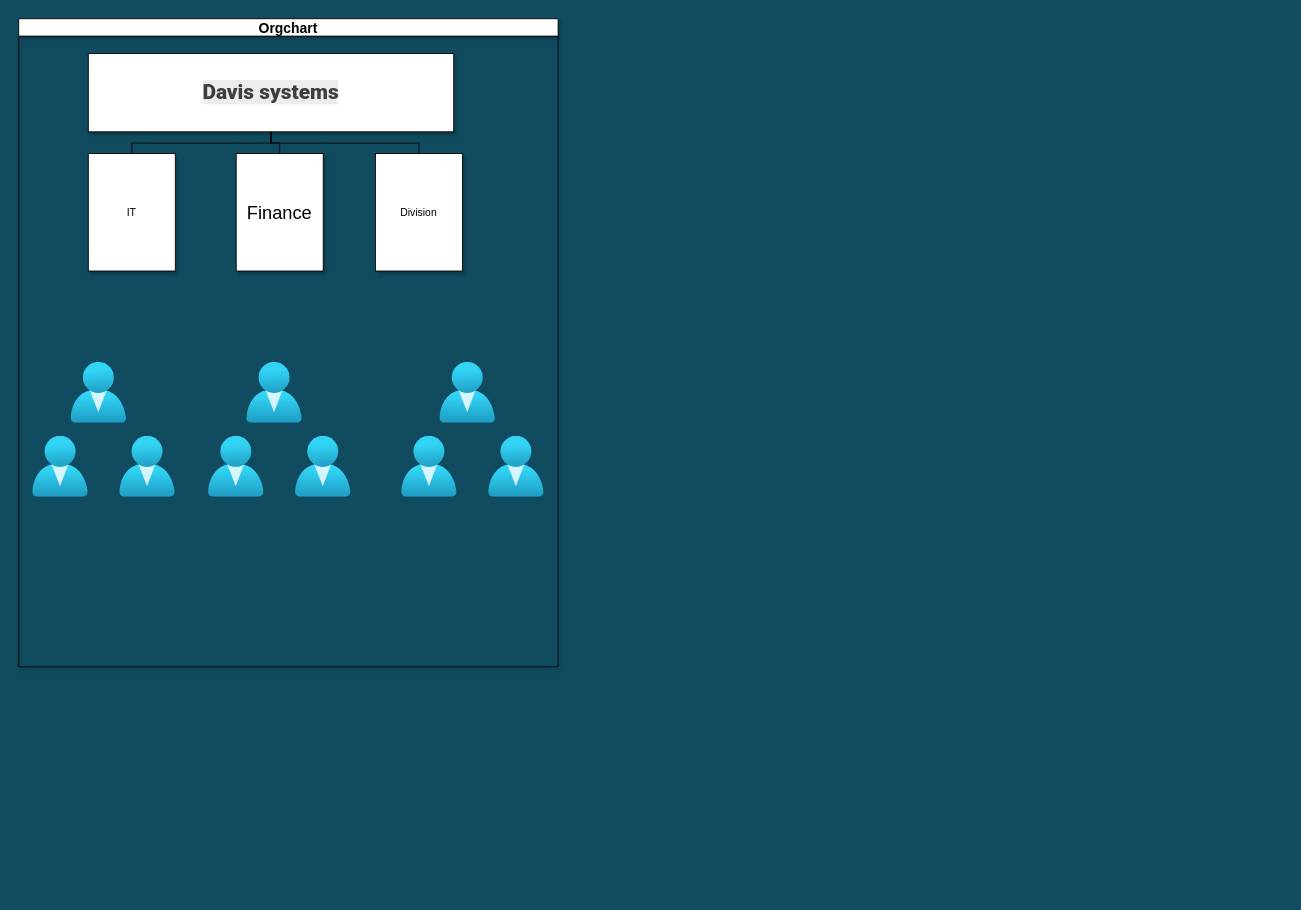
Before: User Management.drawio in chiragmoradiya4948/AWS-Design-Lab, a draw.io diagram. Source tidied: cells renumbered, new cells numbered last; positions are measured from the earlier drawing's top-left corner, leaving out a move shared by most shapes. Both pictures are drawn from the tidied source at 87%, with x=0, y=0 at pixel (18, 18).
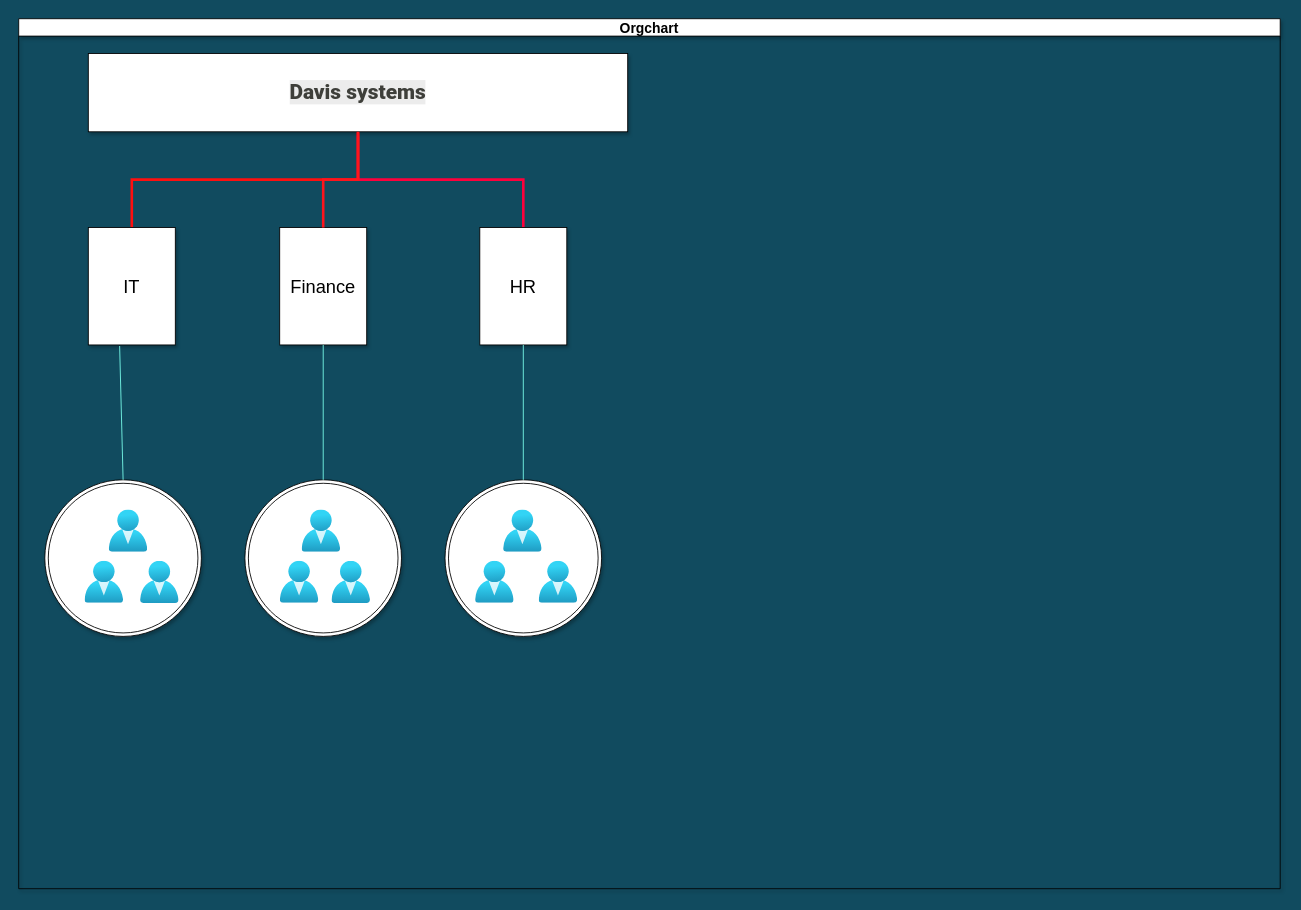
After the change.

Diff of the diagram source:
```diff
@@
     <mxCell id="2" value="Orgchart" style="swimlane;startSize=20;horizontal=1;containerType=tree;newEdgeStyle={&quot;edgeStyle&quot;:&quot;elbowEdgeStyle&quot;,&quot;startArrow&quot;:&quot;none&quot;,&quot;endArrow&quot;:&quot;none&quot;};shadow=1;sketch=0;fontSize=16;" parent="1" vertex="1">
-      <mxGeometry width="620" height="745" as="geometry" />
+      <mxGeometry width="1450" height="1000" as="geometry" />
     </mxCell>
-    <mxCell id="3" style="edgeStyle=elbowEdgeStyle;elbow=vertical;startArrow=none;endArrow=none;rounded=0;" parent="2" edge="1" source="5" target="6">
+    <mxCell id="3" style="edgeStyle=elbowEdgeStyle;elbow=vertical;startArrow=none;endArrow=none;rounded=0;strokeColor=#FF0F0F;strokeWidth=3;" parent="2" edge="1" source="5" target="6">
       <mxGeometry relative="1" as="geometry" />
     </mxCell>
-    <mxCell id="4" style="edgeStyle=elbowEdgeStyle;elbow=vertical;startArrow=none;endArrow=none;rounded=0;" parent="2" edge="1" source="5" target="7">
+    <mxCell id="4" style="edgeStyle=elbowEdgeStyle;elbow=vertical;startArrow=none;endArrow=none;rounded=0;strokeWidth=3;strokeColor=#FF003C;" parent="2" edge="1" source="5" target="7">
       <mxGeometry relative="1" as="geometry" />
     </mxCell>
     <mxCell id="5" value="&lt;h1&gt;&lt;span style=&quot;box-sizing: border-box; font-weight: bolder; color: rgb(62, 63, 58); font-family: Roboto, -apple-system, &amp;quot;system-ui&amp;quot;, &amp;quot;Segoe UI&amp;quot;, Roboto, &amp;quot;Helvetica Neue&amp;quot;, Arial, sans-serif, &amp;quot;Apple Color Emoji&amp;quot;, &amp;quot;Segoe UI Emoji&amp;quot;, &amp;quot;Segoe UI Symbol&amp;quot;; background-color: rgba(0, 0, 0, 0.075);&quot;&gt;&lt;font style=&quot;font-size: 24px;&quot;&gt;Davis systems&lt;/font&gt;&lt;/span&gt;&lt;/h1&gt;" style="whiteSpace=wrap;html=1;align=center;newEdgeStyle={&quot;edgeStyle&quot;:&quot;elbowEdgeStyle&quot;,&quot;startArrow&quot;:&quot;none&quot;,&quot;endArrow&quot;:&quot;none&quot;};shadow=1;sketch=0;" parent="2" vertex="1">
-      <mxGeometry x="80" y="40" width="420" height="90" as="geometry" />
+      <mxGeometry x="80" y="40" width="620" height="90" as="geometry" />
     </mxCell>
-    <mxCell id="6" value="IT" style="whiteSpace=wrap;html=1;align=center;verticalAlign=middle;newEdgeStyle={&quot;edgeStyle&quot;:&quot;elbowEdgeStyle&quot;,&quot;startArrow&quot;:&quot;none&quot;,&quot;endArrow&quot;:&quot;none&quot;};shadow=1;sketch=0;" parent="2" vertex="1">
-      <mxGeometry x="80" y="155" width="100" height="135" as="geometry" />
+    <mxCell id="6" value="&lt;font style=&quot;font-size: 21px;&quot;&gt;IT&lt;/font&gt;" style="whiteSpace=wrap;html=1;align=center;verticalAlign=middle;newEdgeStyle={&quot;edgeStyle&quot;:&quot;elbowEdgeStyle&quot;,&quot;startArrow&quot;:&quot;none&quot;,&quot;endArrow&quot;:&quot;none&quot;};shadow=1;sketch=0;" parent="2" vertex="1">
+      <mxGeometry x="80" y="240" width="100" height="135" as="geometry" />
     </mxCell>
-    <mxCell id="7" value="Division" style="whiteSpace=wrap;html=1;align=center;verticalAlign=middle;newEdgeStyle={&quot;edgeStyle&quot;:&quot;elbowEdgeStyle&quot;,&quot;startArrow&quot;:&quot;none&quot;,&quot;endArrow&quot;:&quot;none&quot;};shadow=1;sketch=0;" parent="2" vertex="1">
-      <mxGeometry x="410" y="155" width="100" height="135" as="geometry" />
+    <mxCell id="7" value="&lt;font style=&quot;font-size: 21px;&quot;&gt;HR&lt;/font&gt;" style="whiteSpace=wrap;html=1;align=center;verticalAlign=middle;newEdgeStyle={&quot;edgeStyle&quot;:&quot;elbowEdgeStyle&quot;,&quot;startArrow&quot;:&quot;none&quot;,&quot;endArrow&quot;:&quot;none&quot;};shadow=1;sketch=0;" parent="2" vertex="1">
+      <mxGeometry x="530" y="240" width="100" height="135" as="geometry" />
     </mxCell>
     <mxCell id="8" value="&lt;font style=&quot;font-size: 21px;&quot;&gt;Finance&lt;/font&gt;" style="whiteSpace=wrap;html=1;align=center;verticalAlign=middle;newEdgeStyle={&quot;edgeStyle&quot;:&quot;elbowEdgeStyle&quot;,&quot;startArrow&quot;:&quot;none&quot;,&quot;endArrow&quot;:&quot;none&quot;};shadow=1;sketch=0;" parent="2" vertex="1">
-      <mxGeometry x="250" y="155" width="100" height="135" as="geometry" />
+      <mxGeometry x="300" y="240" width="100" height="135" as="geometry" />
     </mxCell>
-    <mxCell id="9" style="edgeStyle=elbowEdgeStyle;elbow=vertical;startArrow=none;endArrow=none;rounded=0;" parent="2" edge="1" source="5" target="8">
+    <mxCell id="9" style="edgeStyle=elbowEdgeStyle;elbow=vertical;startArrow=none;endArrow=none;rounded=0;strokeColor=#FF141C;strokeWidth=3;" parent="2" edge="1" source="5" target="8">
       <mxGeometry relative="1" as="geometry" />
     </mxCell>
+    <mxCell id="22" style="group;" parent="2" vertex="1">
+      <mxGeometry x="30" y="530" width="250" height="180" as="geometry" />
+    </mxCell>
+    <mxCell id="23" style="ellipse;shape=doubleEllipse;whiteSpace=wrap;html=1;shadow=1;sketch=0;fontSize=21;fontColor=#E6FFCC;" parent="22" vertex="1">
+      <mxGeometry width="180" height="180" as="geometry" />
+    </mxCell>
-    <mxCell id="10" style="group;" parent="2" vertex="1">
-      <mxGeometry x="218" y="395" width="164" height="155" as="geometry" />
+    <mxCell id="10" style="group;" parent="22" vertex="1">
+      <mxGeometry x="46.2" y="34.6" width="157.7" height="107.3" as="geometry" />
     </mxCell>
     <mxCell id="11" style="html=1;align=center;image;fontSize=12;image=img/lib/azure2/identity/Users.svg;" parent="10" vertex="1">
-      <mxGeometry y="85" width="64" height="70" as="geometry" />
+      <mxGeometry y="58.8" width="44.3" height="48.5" as="geometry" />
     </mxCell>
     <mxCell id="12" style="html=1;align=center;image;fontSize=12;image=img/lib/azure2/identity/Users.svg;" parent="10" vertex="1">
-      <mxGeometry x="44" width="64" height="70" as="geometry" />
+      <mxGeometry x="27.8" width="44.3" height="48.5" as="geometry" />
     </mxCell>
-    <mxCell id="13" style="html=1;align=center;image;fontSize=12;image=img/lib/azure2/identity/Users.svg;" parent="10" vertex="1">
-      <mxGeometry x="100" y="85" width="64" height="70" as="geometry" />
+    <mxCell id="13" style="html=1;align=center;image;fontSize=12;image=img/lib/azure2/identity/Users.svg;" parent="22" vertex="1">
+      <mxGeometry x="110" y="93.5" width="44.3" height="48.5" as="geometry" />
     </mxCell>
-    <mxCell id="14" style="group;" parent="2" vertex="1">
-      <mxGeometry x="16" y="395" width="164" height="155" as="geometry" />
-    </mxCell>
-    <mxCell id="15" style="html=1;align=center;image;fontSize=12;image=img/lib/azure2/identity/Users.svg;" parent="14" vertex="1">
-      <mxGeometry y="85" width="64" height="70" as="geometry" />
-    </mxCell>
-    <mxCell id="16" style="html=1;align=center;image;fontSize=12;image=img/lib/azure2/identity/Users.svg;" parent="14" vertex="1">
-      <mxGeometry x="44" width="64" height="70" as="geometry" />
-    </mxCell>
-    <mxCell id="17" style="html=1;align=center;image;fontSize=12;image=img/lib/azure2/identity/Users.svg;" parent="14" vertex="1">
-      <mxGeometry x="100" y="85" width="64" height="70" as="geometry" />
-    </mxCell>
-    <mxCell id="18" style="group;" parent="2" vertex="1">
-      <mxGeometry x="440" y="395" width="164" height="155" as="geometry" />
-    </mxCell>
-    <mxCell id="19" style="html=1;align=center;image;fontSize=12;image=img/lib/azure2/identity/Users.svg;" parent="18" vertex="1">
-      <mxGeometry y="85" width="64" height="70" as="geometry" />
-    </mxCell>
-    <mxCell id="20" style="html=1;align=center;image;fontSize=12;image=img/lib/azure2/identity/Users.svg;" parent="18" vertex="1">
-      <mxGeometry x="44" width="64" height="70" as="geometry" />
-    </mxCell>
-    <mxCell id="21" style="html=1;align=center;image;fontSize=12;image=img/lib/azure2/identity/Users.svg;" parent="18" vertex="1">
-      <mxGeometry x="100" y="85" width="64" height="70" as="geometry" />
-    </mxCell>
+    <mxCell id="24" style="group;" parent="2" vertex="1">
+      <mxGeometry x="260" y="530" width="220" height="180" as="geometry" />
+    </mxCell>
+    <mxCell id="25" style="ellipse;shape=doubleEllipse;whiteSpace=wrap;html=1;shadow=1;sketch=0;fontSize=21;fontColor=#E6FFCC;" parent="24" vertex="1">
+      <mxGeometry width="180" height="180" as="geometry" />
+    </mxCell>
+    <mxCell id="26" style="group;" parent="24" vertex="1">
+      <mxGeometry x="40.6" y="34.6" width="138.8" height="107.3" as="geometry" />
+    </mxCell>
+    <mxCell id="27" style="html=1;align=center;image;fontSize=12;image=img/lib/azure2/identity/Users.svg;" parent="26" vertex="1">
+      <mxGeometry y="58.8" width="44.3" height="48.5" as="geometry" />
+    </mxCell>
+    <mxCell id="28" style="html=1;align=center;image;fontSize=12;image=img/lib/azure2/identity/Users.svg;" parent="26" vertex="1">
+      <mxGeometry x="25.1" width="44.3" height="48.5" as="geometry" />
+    </mxCell>
+    <mxCell id="29" style="html=1;align=center;image;fontSize=12;image=img/lib/azure2/identity/Users.svg;" parent="24" vertex="1">
+      <mxGeometry x="100" y="93.5" width="44.3" height="48.5" as="geometry" />
+    </mxCell>
+    <mxCell id="30" style="group;" parent="2" vertex="1">
+      <mxGeometry x="490" y="530" width="190" height="180" as="geometry" />
+    </mxCell>
+    <mxCell id="31" style="ellipse;shape=doubleEllipse;whiteSpace=wrap;html=1;shadow=1;sketch=0;fontSize=21;fontColor=#E6FFCC;" parent="30" vertex="1">
+      <mxGeometry width="180" height="180" as="geometry" />
+    </mxCell>
+    <mxCell id="32" style="group;" parent="30" vertex="1">
+      <mxGeometry x="35.1" y="34.6" width="119.8" height="107.3" as="geometry" />
+    </mxCell>
+    <mxCell id="33" style="html=1;align=center;image;fontSize=12;image=img/lib/azure2/identity/Users.svg;" parent="32" vertex="1">
+      <mxGeometry y="58.8" width="44.3" height="48.5" as="geometry" />
+    </mxCell>
+    <mxCell id="34" style="html=1;align=center;image;fontSize=12;image=img/lib/azure2/identity/Users.svg;" parent="32" vertex="1">
+      <mxGeometry x="32.2" width="44.3" height="48.5" as="geometry" />
+    </mxCell>
+    <mxCell id="35" style="html=1;align=center;image;fontSize=12;image=img/lib/azure2/identity/Users.svg;" parent="32" vertex="1">
+      <mxGeometry x="73.1" y="58.8" width="44.3" height="48.5" as="geometry" />
+    </mxCell>
+    <mxCell id="36" style="endArrow=none;html=1;rounded=0;fontSize=21;fontColor=#E6FFCC;strokeColor=#7AFFED;exitX=0.36;exitY=1.009;exitDx=0;exitDy=0;exitPerimeter=0;entryX=0.5;entryY=0;entryDx=0;entryDy=0;" parent="2" edge="1" source="6" target="23">
+      <mxGeometry relative="1" as="geometry" />
+    </mxCell>
+    <mxCell id="37" style="endArrow=none;html=1;rounded=0;fontSize=21;fontColor=#E6FFCC;strokeColor=#7AFFED;exitX=0.5;exitY=1;exitDx=0;exitDy=0;entryX=0.5;entryY=0;entryDx=0;entryDy=0;" parent="2" edge="1" source="8" target="25">
+      <mxGeometry relative="1" as="geometry" />
+    </mxCell>
+    <mxCell id="38" style="endArrow=none;html=1;rounded=0;fontSize=21;fontColor=#E6FFCC;strokeColor=#7AFFED;exitX=0.5;exitY=1;exitDx=0;exitDy=0;entryX=0.5;entryY=0;entryDx=0;entryDy=0;" parent="2" edge="1" source="7" target="31">
+      <mxGeometry relative="1" as="geometry" />
+    </mxCell>
```
